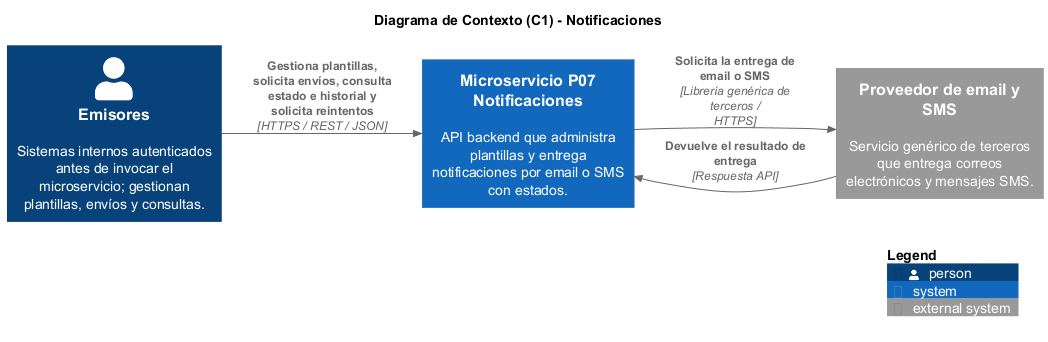
This is notificaciones-architecture/diagrams/C4/contexto/notificaciones-01-contexto.png from Frosmin/tigoBootcamp, a PlantUML export, as it was before one commit.
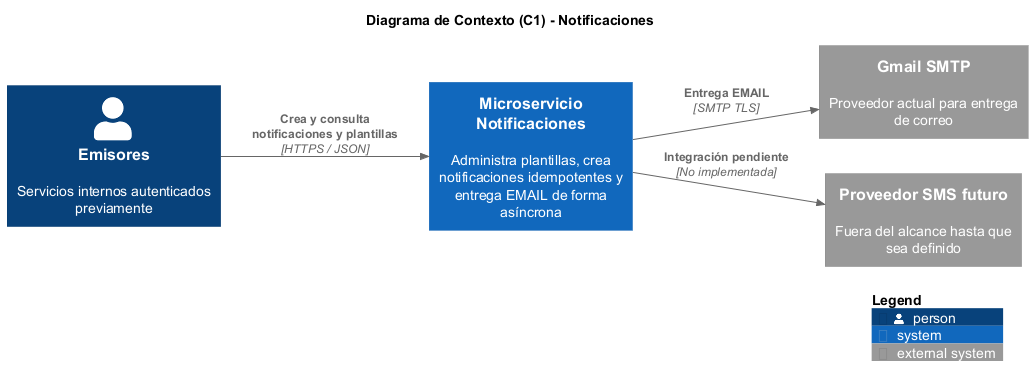
The same diagram one commit later.

Change to the diagram source:
```diff
@@ -1,19 +1,18 @@
 @startuml notificaciones-01-contexto
-
 !define RELATIVE_INCLUDE "."
 !include ../../../../notificaciones-architecture/binariess/C4_Context.puml
 
 LAYOUT_LEFT_RIGHT()
-
 title Diagrama de Contexto (C1) - Notificaciones
 
-Person(emisores,"Emisores", "Sistemas internos autenticados antes de invocar el microservicio; gestionan plantillas, envíos y consultas.")
-System(notificaciones, "Microservicio P07 Notificaciones", "API backend que administra plantillas y entrega notificaciones por email o SMS con estados.")
+Person(emisores, "Emisores", "Servicios internos autenticados previamente")
+System(notificaciones, "Microservicio Notificaciones", "Administra plantillas, crea notificaciones idempotentes y entrega EMAIL de forma asíncrona")
+System_Ext(gmail, "Gmail SMTP", "Proveedor actual para entrega de correo")
+System_Ext(sms, "Proveedor SMS futuro", "Fuera del alcance hasta que sea definido")
 
-System_Ext(proveedor, "Proveedor de email y SMS", "Servicio genérico de terceros que entrega correos electrónicos y mensajes SMS.")
+Rel(emisores, notificaciones, "Crea y consulta notificaciones y plantillas", "HTTPS / JSON")
+Rel(notificaciones, gmail, "Entrega EMAIL", "SMTP TLS")
+Rel(notificaciones, sms, "Integración pendiente", "No implementada")
 
-Rel(emisores, notificaciones, "Gestiona plantillas, solicita envíos, consulta estado e historial y solicita reintentos", "HTTPS / REST / JSON")
-Rel(notificaciones, proveedor, "Solicita la entrega de email o SMS", "Librería genérica de terceros / HTTPS")
-Rel(proveedor, notificaciones, "Devuelve el resultado de entrega", "Respuesta API")
 SHOW_LEGEND()
 @enduml
```
